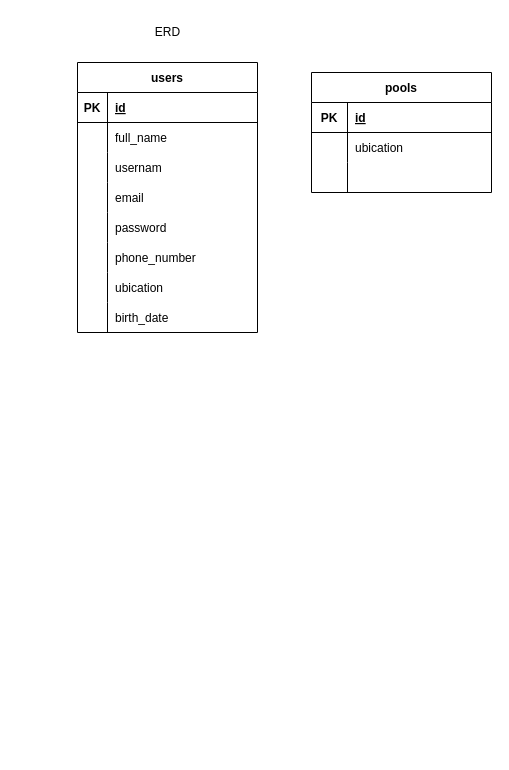
Before: diagrams/erd.drawio in Jflores-Ch/Spring-Project-Pool-Reservation-Web, a draw.io diagram. Source tidied: cells renumbered, new cells numbered last; positions are measured from the earlier drawing's top-left corner, leaving out a move shared by most shapes. Both pictures are drawn from the tidied source at 100%, with x=0, y=0 at pixel (77, 17).
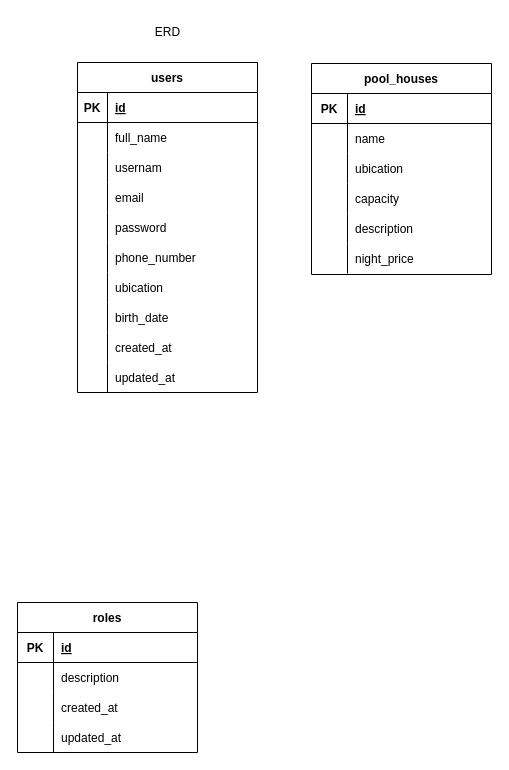
The same page after the edit.

Commit message:
add pool table

The change refers to these unchanged cells:
```xml
<mxCell id="32" style="shape=tableRow;horizontal=0;startSize=0;swimlaneHead=0;swimlaneBody=0;fillColor=none;top=0;left=0;right=0;bottom=0;" parent="28" vertex="1">
  <mxGeometry y="60" width="180" height="30" as="geometry" />
</mxCell>
<mxCell id="35" style="shape=tableRow;horizontal=0;startSize=0;swimlaneHead=0;swimlaneBody=0;fillColor=none;top=0;left=0;right=0;bottom=0;" parent="28" vertex="1">
  <mxGeometry y="90" width="180" height="30" as="geometry" />
</mxCell>
```

Change to the diagram source:
```diff
@@
     <mxCell id="2" value="users" style="shape=table;startSize=30;childLayout=tableLayout;rowLines=0;fontStyle=1;align=center;" parent="1" vertex="1">
-      <mxGeometry y="45" width="180" height="270" as="geometry" />
+      <mxGeometry y="45" width="180" height="330" as="geometry" />
     </mxCell>
@@
+    <mxCell id="38" style="shape=tableRow;horizontal=0;startSize=0;swimlaneHead=0;swimlaneBody=0;fillColor=none;top=0;left=0;right=0;bottom=0;" parent="2" vertex="1">
+      <mxGeometry y="270" width="180" height="30" as="geometry" />
+    </mxCell>
+    <mxCell id="39" style="shape=partialRectangle;fillColor=none;top=0;left=0;bottom=0;right=0;overflow=hidden;" parent="38" vertex="1">
+      <mxGeometry width="30" height="30" as="geometry" />
+    </mxCell>
+    <mxCell id="40" value="created_at" style="shape=partialRectangle;fillColor=none;top=0;left=0;bottom=0;right=0;align=left;spacingLeft=6;overflow=hidden;" parent="38" vertex="1">
+      <mxGeometry x="30" width="150" height="30" as="geometry" />
+    </mxCell>
+    <mxCell id="41" style="shape=tableRow;horizontal=0;startSize=0;swimlaneHead=0;swimlaneBody=0;fillColor=none;top=0;left=0;right=0;bottom=0;" parent="2" vertex="1">
+      <mxGeometry y="300" width="180" height="30" as="geometry" />
+    </mxCell>
+    <mxCell id="42" style="shape=partialRectangle;fillColor=none;top=0;left=0;bottom=0;right=0;overflow=hidden;" parent="41" vertex="1">
+      <mxGeometry width="30" height="30" as="geometry" />
+    </mxCell>
+    <mxCell id="43" value="updated_at" style="shape=partialRectangle;fillColor=none;top=0;left=0;bottom=0;right=0;align=left;spacingLeft=6;overflow=hidden;" parent="41" vertex="1">
+      <mxGeometry x="30" width="150" height="30" as="geometry" />
+    </mxCell>
@@
-    <mxCell id="28" value="pools" style="shape=table;startSize=30;childLayout=tableLayout;rowLines=0;fontStyle=1;align=center;" parent="1" vertex="1">
-      <mxGeometry x="234" y="55" width="180" height="120" as="geometry" />
+    <mxCell id="28" value="pool_houses" style="shape=table;startSize=30;childLayout=tableLayout;rowLines=0;fontStyle=1;align=center;" parent="1" vertex="1">
+      <mxGeometry x="234" y="46" width="180" height="211" as="geometry" />
     </mxCell>
@@
-    <mxCell id="34" value="ubication" style="shape=partialRectangle;fillColor=none;top=0;left=0;bottom=0;right=0;align=left;spacingLeft=6;overflow=hidden;" parent="32" vertex="1">
+    <mxCell id="34" value="name" style="shape=partialRectangle;fillColor=none;top=0;left=0;bottom=0;right=0;align=left;spacingLeft=6;overflow=hidden;" parent="32" vertex="1">
       <mxGeometry x="36" width="144" height="30" as="geometry" />
     </mxCell>
@@
-    <mxCell id="37" style="shape=partialRectangle;fillColor=none;top=0;left=0;bottom=0;right=0;align=left;spacingLeft=6;overflow=hidden;" parent="35" vertex="1">
+    <mxCell id="37" value="ubication" style="shape=partialRectangle;fillColor=none;top=0;left=0;bottom=0;right=0;align=left;spacingLeft=6;overflow=hidden;" parent="35" vertex="1">
       <mxGeometry x="36" width="144" height="30" as="geometry" />
     </mxCell>
+    <mxCell id="44" style="shape=tableRow;horizontal=0;startSize=0;swimlaneHead=0;swimlaneBody=0;fillColor=none;top=0;left=0;right=0;bottom=0;" parent="28" vertex="1">
+      <mxGeometry y="120" width="180" height="30" as="geometry" />
+    </mxCell>
+    <mxCell id="45" style="shape=partialRectangle;fillColor=none;top=0;left=0;bottom=0;right=0;overflow=hidden;" parent="44" vertex="1">
+      <mxGeometry width="36" height="30" as="geometry" />
+    </mxCell>
+    <mxCell id="46" value="capacity" style="shape=partialRectangle;fillColor=none;top=0;left=0;bottom=0;right=0;align=left;spacingLeft=6;overflow=hidden;" parent="44" vertex="1">
+      <mxGeometry x="36" width="144" height="30" as="geometry" />
+    </mxCell>
+    <mxCell id="47" style="shape=tableRow;horizontal=0;startSize=0;swimlaneHead=0;swimlaneBody=0;fillColor=none;top=0;left=0;right=0;bottom=0;" parent="28" vertex="1">
+      <mxGeometry y="150" width="180" height="30" as="geometry" />
+    </mxCell>
+    <mxCell id="48" style="shape=partialRectangle;fillColor=none;top=0;left=0;bottom=0;right=0;overflow=hidden;" parent="47" vertex="1">
+      <mxGeometry width="36" height="30" as="geometry" />
+    </mxCell>
+    <mxCell id="49" value="description" style="shape=partialRectangle;fillColor=none;top=0;left=0;bottom=0;right=0;align=left;spacingLeft=6;overflow=hidden;" parent="47" vertex="1">
+      <mxGeometry x="36" width="144" height="30" as="geometry" />
+    </mxCell>
+    <mxCell id="50" style="shape=tableRow;horizontal=0;startSize=0;swimlaneHead=0;swimlaneBody=0;fillColor=none;top=0;left=0;right=0;bottom=0;" parent="28" vertex="1">
+      <mxGeometry y="180" width="180" height="30" as="geometry" />
+    </mxCell>
+    <mxCell id="51" style="shape=partialRectangle;fillColor=none;top=0;left=0;bottom=0;right=0;overflow=hidden;" parent="50" vertex="1">
+      <mxGeometry width="36" height="30" as="geometry" />
+    </mxCell>
+    <mxCell id="52" value="night_price" style="shape=partialRectangle;fillColor=none;top=0;left=0;bottom=0;right=0;align=left;spacingLeft=6;overflow=hidden;" parent="50" vertex="1">
+      <mxGeometry x="36" width="144" height="30" as="geometry" />
+    </mxCell>
+    <mxCell id="53" value="roles" style="shape=table;startSize=30;childLayout=tableLayout;rowLines=0;fontStyle=1;align=center;" parent="1" vertex="1">
+      <mxGeometry x="-60" y="585" width="180" height="150" as="geometry" />
+    </mxCell>
+    <mxCell id="54" style="shape=tableRow;horizontal=0;startSize=0;swimlaneHead=0;swimlaneBody=0;fillColor=none;top=0;left=0;right=0;bottom=1;" parent="53" vertex="1">
+      <mxGeometry y="30" width="180" height="30" as="geometry" />
+    </mxCell>
+    <mxCell id="55" value="PK" style="shape=partialRectangle;fillColor=none;top=0;left=0;bottom=0;right=0;fontStyle=1;overflow=hidden;" parent="54" vertex="1">
+      <mxGeometry width="36" height="30" as="geometry" />
+    </mxCell>
+    <mxCell id="56" value="id" style="shape=partialRectangle;fillColor=none;top=0;left=0;bottom=0;right=0;align=left;spacingLeft=6;fontStyle=5;overflow=hidden;" parent="54" vertex="1">
+      <mxGeometry x="36" width="144" height="30" as="geometry" />
+    </mxCell>
+    <mxCell id="57" style="shape=tableRow;horizontal=0;startSize=0;swimlaneHead=0;swimlaneBody=0;fillColor=none;top=0;left=0;right=0;bottom=0;" parent="53" vertex="1">
+      <mxGeometry y="60" width="180" height="30" as="geometry" />
+    </mxCell>
+    <mxCell id="58" style="shape=partialRectangle;fillColor=none;top=0;left=0;bottom=0;right=0;overflow=hidden;" parent="57" vertex="1">
+      <mxGeometry width="36" height="30" as="geometry" />
+    </mxCell>
+    <mxCell id="59" value="description" style="shape=partialRectangle;fillColor=none;top=0;left=0;bottom=0;right=0;align=left;spacingLeft=6;overflow=hidden;" parent="57" vertex="1">
+      <mxGeometry x="36" width="144" height="30" as="geometry" />
+    </mxCell>
+    <mxCell id="60" style="shape=tableRow;horizontal=0;startSize=0;swimlaneHead=0;swimlaneBody=0;fillColor=none;top=0;left=0;right=0;bottom=0;" parent="53" vertex="1">
+      <mxGeometry y="90" width="180" height="30" as="geometry" />
+    </mxCell>
+    <mxCell id="61" style="shape=partialRectangle;fillColor=none;top=0;left=0;bottom=0;right=0;overflow=hidden;" parent="60" vertex="1">
+      <mxGeometry width="36" height="30" as="geometry" />
+    </mxCell>
+    <mxCell id="62" value="created_at" style="shape=partialRectangle;fillColor=none;top=0;left=0;bottom=0;right=0;align=left;spacingLeft=6;overflow=hidden;" parent="60" vertex="1">
+      <mxGeometry x="36" width="144" height="30" as="geometry" />
+    </mxCell>
+    <mxCell id="63" style="shape=tableRow;horizontal=0;startSize=0;swimlaneHead=0;swimlaneBody=0;fillColor=none;top=0;left=0;right=0;bottom=0;" parent="53" vertex="1">
+      <mxGeometry y="120" width="180" height="30" as="geometry" />
+    </mxCell>
+    <mxCell id="64" style="shape=partialRectangle;fillColor=none;top=0;left=0;bottom=0;right=0;overflow=hidden;" parent="63" vertex="1">
+      <mxGeometry width="36" height="30" as="geometry" />
+    </mxCell>
+    <mxCell id="65" value="updated_at" style="shape=partialRectangle;fillColor=none;top=0;left=0;bottom=0;right=0;align=left;spacingLeft=6;overflow=hidden;" parent="63" vertex="1">
+      <mxGeometry x="36" width="144" height="30" as="geometry" />
+    </mxCell>
```
